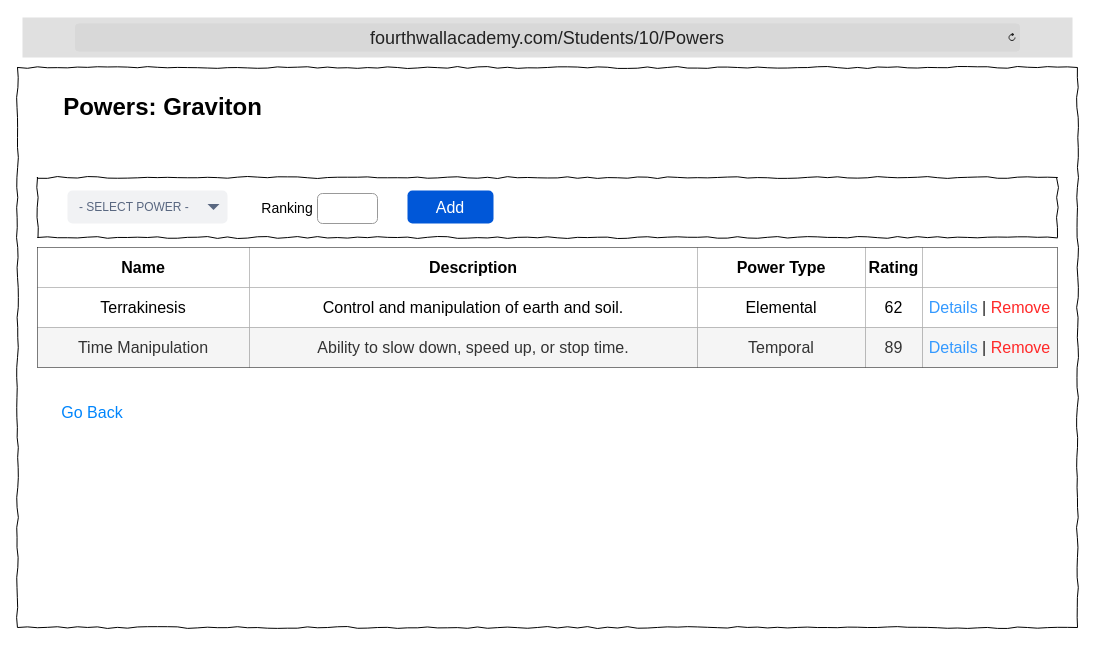
Earlier version of the draw.io diagram DesignDocument/Wireframes/4thWallAcademy_Students_Powers.drawio (TRed91/4thWallAcademy). Source tidied: cells renumbered, new cells numbered last; positions are measured from the earlier drawing's top-left corner, leaving out a move shared by most shapes. Both pictures are drawn from the tidied source at 100%, with x=0, y=0 at pixel (17, 17).
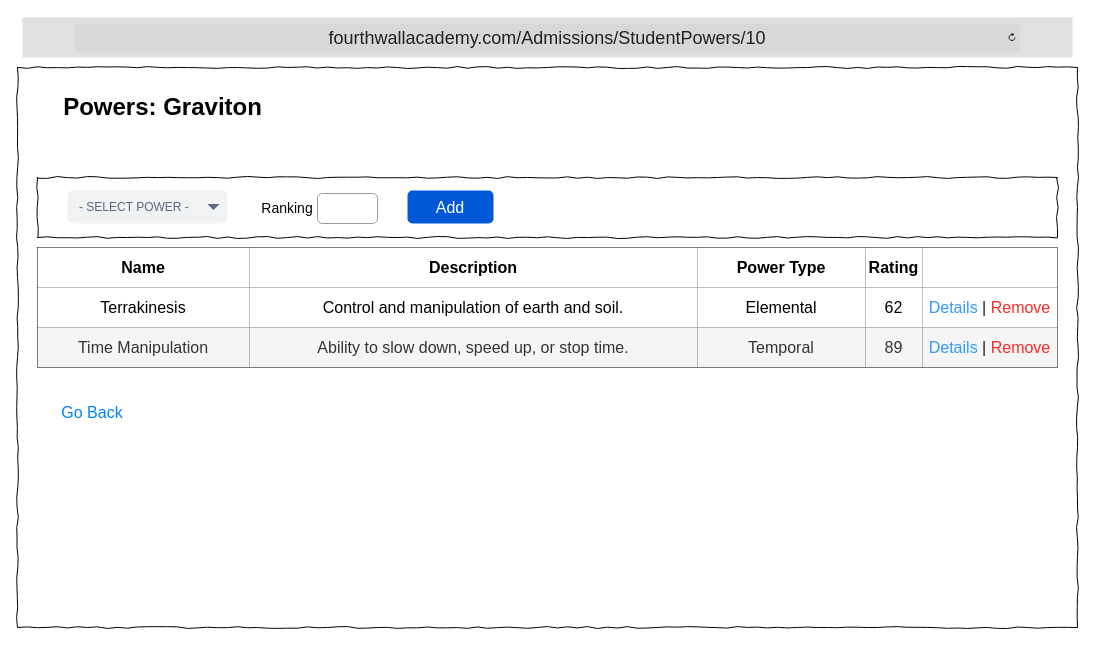
After the change.

The edit, as a diff of the source:
```diff
@@
-    <mxCell id="4" value="&lt;font style=&quot;font-size: 18px;&quot;&gt;fourthwallacademy.com/Students/10/Powers&lt;/font&gt;" style="html=1;strokeWidth=1;shadow=0;dashed=0;shape=mxgraph.ios7ui.url;fillColor=#e0e0e0;strokeColor=#c0c0c0;buttonText=;strokeColor2=#222222;fontColor=#222222;fontSize=8;spacingTop=2;align=center;whiteSpace=wrap;" parent="1" vertex="1">
+    <mxCell id="4" value="&lt;font style=&quot;font-size: 18px;&quot;&gt;fourthwallacademy.com/Admissions/StudentPowers/10&lt;/font&gt;" style="html=1;strokeWidth=1;shadow=0;dashed=0;shape=mxgraph.ios7ui.url;fillColor=#e0e0e0;strokeColor=#c0c0c0;buttonText=;strokeColor2=#222222;fontColor=#222222;fontSize=8;spacingTop=2;align=center;whiteSpace=wrap;" parent="1" vertex="1">
       <mxGeometry x="5" width="1050" height="40" as="geometry" />
     </mxCell>
```
